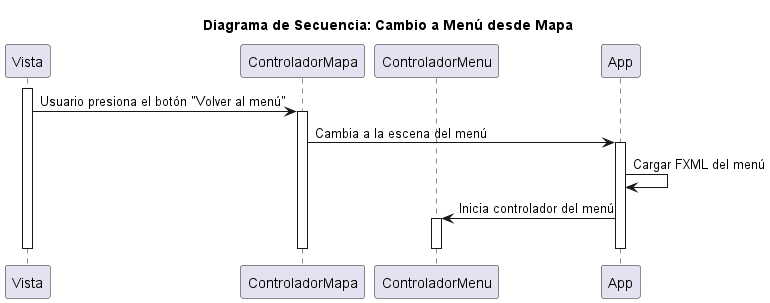
This is doc/diagrama de secuencia mapa a menu.png from FelipeAscencio/TP1_ParadigmasDeLaProgramacion, a PlantUML export, as it was before one commit.
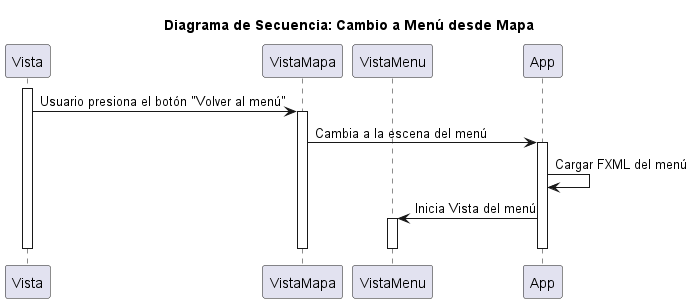
Later version of the same file.

Commit message:
Cambio de nombres de "Controladores" a "Vista" 1/2

The edit, as a diff of the source:
```diff
@@ -3,21 +3,21 @@
 title Diagrama de Secuencia: Cambio a Menú desde Mapa
 
 participant Vista
-participant ControladorMapa
-participant ControladorMenu
+participant VistaMapa
+participant VistaMenu
 participant App
 
 activate Vista
-Vista -> ControladorMapa: Usuario presiona el botón "Volver al menú"
-activate ControladorMapa
-ControladorMapa -> App: Cambia a la escena del menú
+Vista -> VistaMapa: Usuario presiona el botón "Volver al menú"
+activate VistaMapa
+VistaMapa -> App: Cambia a la escena del menú
 activate App
 App -> App: Cargar FXML del menú
-App -> ControladorMenu: Inicia controlador del menú
-activate ControladorMenu
+App -> VistaMenu: Inicia Vista del menú
+activate VistaMenu
 deactivate App
-deactivate ControladorMenu
-deactivate ControladorMapa
+deactivate VistaMenu
+deactivate VistaMapa
 deactivate Vista
 
 @enduml
```
